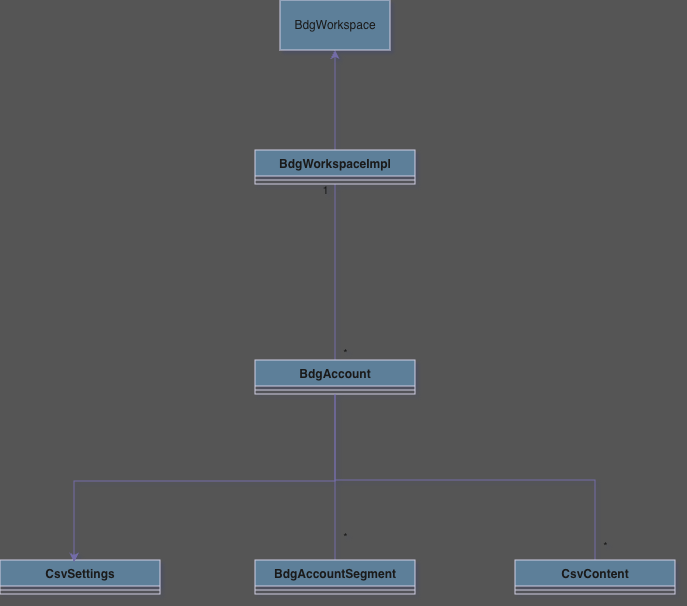
Earlier version of the draw.io export Doc/Engine/Workspace.png (cobreti/Budgan). Source tidied: cells renumbered, new cells last; positions are measured from the earlier drawing's top-left corner, leaving out a move shared by most shapes.
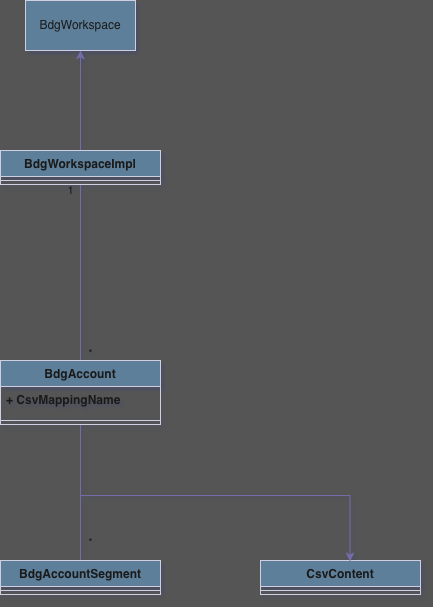
After the commit.

Commit message:
updated diagrams added BdgSettings

Diff of the diagram source:
```diff
@@ -35,25 +35,15 @@
         <mxPoint x="9" as="offset" />
       </mxGeometry>
     </mxCell>
-    <mxCell id="11" style="edgeStyle=orthogonalEdgeStyle;rounded=0;jettySize=auto;html=1;endArrow=none;endFill=0;labelBackgroundColor=none;fontColor=default;strokeColor=#736CA8;" parent="1" edge="1" source="13" target="17">
-      <mxGeometry relative="1" as="geometry">
-        <Array as="points">
-          <mxPoint x="335" y="480" />
-          <mxPoint x="595" y="480" />
-        </Array>
-      </mxGeometry>
-    </mxCell>
-    <mxCell id="12" value="*" style="edgeLabel;html=1;align=center;verticalAlign=middle;labelBackgroundColor=none;fontColor=#1A1A1A;" parent="11" vertex="1">
-      <mxGeometry x="0.93" y="-3" relative="1" as="geometry">
-        <mxPoint x="13" as="offset" />
-      </mxGeometry>
-    </mxCell>
     <mxCell id="13" value="BdgAccount" style="swimlane;fontStyle=1;align=center;verticalAlign=top;horizontal=1;startSize=26;whiteSpace=wrap;html=1;labelBackgroundColor=none;fillColor=#5D7F99;strokeColor=#D0CEE2;fontColor=#1A1A1A;" parent="1" vertex="1">
-      <mxGeometry x="255" y="360" width="160" height="34" as="geometry" />
+      <mxGeometry x="255" y="360" width="160" height="64" as="geometry" />
     </mxCell>
-    <mxCell id="14" style="line;strokeWidth=1;fillColor=none;align=left;verticalAlign=middle;spacingTop=-1;spacingLeft=3;spacingRight=3;labelPosition=right;labelBackgroundColor=none;strokeColor=#D0CEE2;fontColor=#1A1A1A;" parent="13" vertex="1">
-      <mxGeometry y="26" width="160" height="8" as="geometry" />
-    </mxCell>
+    <mxCell id="22" value="+ CsvMappingName" style="text;html=1;whiteSpace=wrap;strokeColor=none;fillColor=none;align=left;verticalAlign=top;rounded=0;fontFamily=Helvetica;fontSize=12;fontColor=#1A1A1A;fontStyle=1;labelBackgroundColor=none;horizontal=1;spacingLeft=4;" parent="13" vertex="1">
+      <mxGeometry y="26" width="160" height="30" as="geometry" />
+    </mxCell>
+    <mxCell id="23" style="line;strokeWidth=1;fillColor=none;align=left;verticalAlign=middle;spacingTop=-1;spacingLeft=3;spacingRight=3;labelPosition=right;labelBackgroundColor=none;strokeColor=#D0CEE2;fontColor=#1A1A1A;" parent="13" vertex="1">
+      <mxGeometry y="56" width="160" height="8" as="geometry" />
+    </mxCell>
     <mxCell id="15" value="BdgAccountSegment" style="swimlane;fontStyle=1;align=center;verticalAlign=top;horizontal=1;startSize=26;whiteSpace=wrap;html=1;labelBackgroundColor=none;fillColor=#5D7F99;strokeColor=#D0CEE2;fontColor=#1A1A1A;" parent="1" vertex="1">
       <mxGeometry x="255" y="560" width="160" height="34" as="geometry" />
     </mxCell>
@@ -66,19 +56,14 @@
     <mxCell id="18" style="line;strokeWidth=1;fillColor=none;align=left;verticalAlign=middle;spacingTop=-1;spacingLeft=3;spacingRight=3;labelPosition=right;labelBackgroundColor=none;strokeColor=#D0CEE2;fontColor=#1A1A1A;" parent="17" vertex="1">
       <mxGeometry y="26" width="160" height="8" as="geometry" />
     </mxCell>
-    <mxCell id="19" value="CsvSettings" style="swimlane;fontStyle=1;align=center;verticalAlign=top;horizontal=1;startSize=26;whiteSpace=wrap;html=1;labelBackgroundColor=none;fillColor=#5D7F99;strokeColor=#D0CEE2;fontColor=#1A1A1A;" parent="1" vertex="1">
-      <mxGeometry y="560" width="160" height="34" as="geometry" />
-    </mxCell>
-    <mxCell id="20" style="line;strokeWidth=1;fillColor=none;align=left;verticalAlign=middle;spacingTop=-1;spacingLeft=3;spacingRight=3;labelPosition=right;strokeColor=#D0CEE2;labelBackgroundColor=none;fontColor=#1A1A1A;" parent="19" vertex="1">
-      <mxGeometry y="26" width="160" height="8" as="geometry" />
-    </mxCell>
-    <mxCell id="21" style="edgeStyle=orthogonalEdgeStyle;rounded=0;jettySize=auto;html=1;entryX=0.463;entryY=0.058;entryDx=0;entryDy=0;entryPerimeter=0;strokeColor=#736CA8;fontColor=#1A1A1A;" parent="1" edge="1" source="13" target="19">
-      <mxGeometry relative="1" as="geometry">
-        <Array as="points">
-          <mxPoint x="335" y="481" />
-          <mxPoint x="74" y="481" />
-        </Array>
-      </mxGeometry>
-    </mxCell>
+    <mxCell id="24" style="edgeStyle=orthogonalEdgeStyle;rounded=0;jettySize=auto;html=1;entryX=0.559;entryY=0.027;entryDx=0;entryDy=0;entryPerimeter=0;strokeColor=#736CA8;fontFamily=Helvetica;fontSize=12;fontColor=#1A1A1A;fontStyle=1;labelBackgroundColor=none;horizontal=1;" parent="1" edge="1" target="17">
+      <mxGeometry relative="1" as="geometry">
+        <mxPoint x="335" y="446" as="sourcePoint" />
+        <Array as="points">
+          <mxPoint x="335" y="495" />
+          <mxPoint x="604" y="495" />
+        </Array>
+      </mxGeometry>
+    </mxCell>
   </root>
 </mxGraphModel>
```
